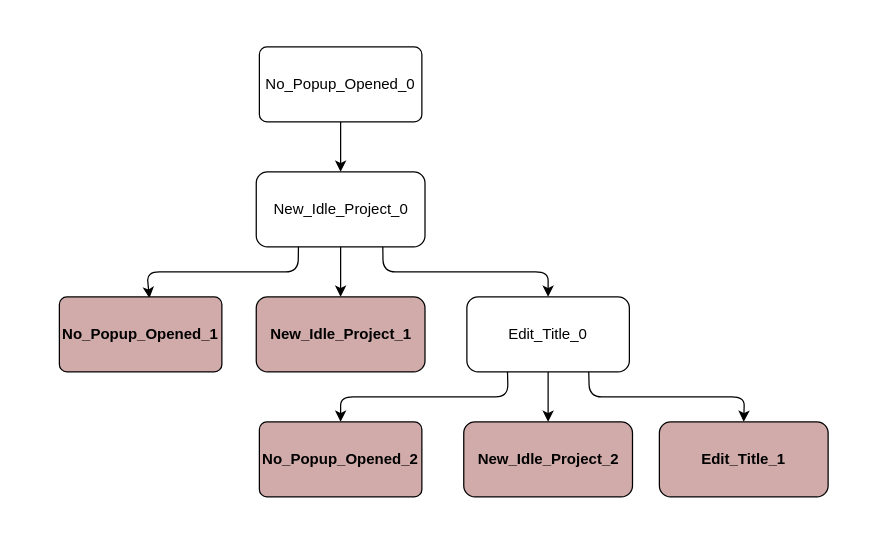
This is docs/04_assignment/schema/01_create_project/01_transition_tree.drawio from Jumaruba/jtimesched, a draw.io file, before an edit. Source tidied: cells renumbered, new cells numbered last; positions are measured from the earlier drawing's top-left corner, leaving out a move shared by most shapes. Both pictures are drawn from the tidied source at 125%, with x=0, y=0 at pixel (21, 21).
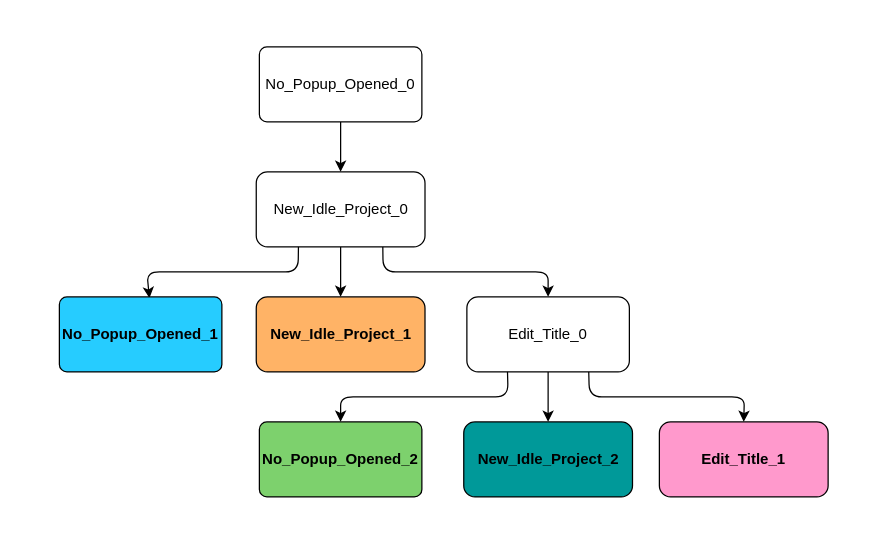
The same page after the edit.

Change to the diagram source:
```diff
@@
-    <mxCell id="9" value="No_Popup_Opened_2" style="rounded=1;whiteSpace=wrap;html=1;arcSize=10;fillColor=#D1ABA9;fontStyle=1;fontColor=#000000;strokeColor=#000000;" parent="1" vertex="1">
+    <mxCell id="9" value="No_Popup_Opened_2" style="rounded=1;whiteSpace=wrap;html=1;arcSize=10;fillColor=#7DD16D;fontStyle=1;fontColor=#000000;strokeColor=#000000;" parent="1" vertex="1">
       <mxGeometry x="190" y="320" width="130" height="60" as="geometry" />
     </mxCell>
-    <mxCell id="10" value="&lt;b&gt;&lt;font&gt;No_Popup_Opened_1&lt;/font&gt;&lt;/b&gt;" style="rounded=1;whiteSpace=wrap;html=1;arcSize=10;fillColor=#D1ABA9;fontColor=#000000;strokeColor=#000000;" parent="1" vertex="1">
+    <mxCell id="10" value="&lt;b&gt;&lt;font color=&quot;#000000&quot;&gt;No_Popup_Opened_1&lt;/font&gt;&lt;/b&gt;" style="rounded=1;whiteSpace=wrap;html=1;arcSize=10;fillColor=#26CCFF;fontColor=#ffffff;strokeColor=#000000;" parent="1" vertex="1">
       <mxGeometry x="30" y="220" width="130" height="60" as="geometry" />
     </mxCell>
-    <mxCell id="11" value="New_Idle_Project_1" style="rounded=1;whiteSpace=wrap;html=1;fillColor=#D1ABA9;fontStyle=1;fontColor=#000000;strokeColor=#000000;" parent="1" vertex="1">
+    <mxCell id="11" value="&lt;font color=&quot;#000000&quot;&gt;New_Idle_Project_1&lt;/font&gt;" style="rounded=1;whiteSpace=wrap;html=1;fillColor=#FFB366;fontStyle=1;strokeColor=#000000;" parent="1" vertex="1">
       <mxGeometry x="187.5" y="220" width="135" height="60" as="geometry" />
     </mxCell>
@@
-    <mxCell id="16" value="New_Idle_Project_2" style="rounded=1;whiteSpace=wrap;html=1;fillColor=#D1ABA9;fontStyle=1;fontColor=#000000;strokeColor=#000000;" parent="1" vertex="1">
+    <mxCell id="16" value="New_Idle_Project_2" style="rounded=1;whiteSpace=wrap;html=1;fillColor=#009999;fontStyle=1;fontColor=#000000;strokeColor=#000000;" parent="1" vertex="1">
       <mxGeometry x="353.5" y="320" width="135" height="60" as="geometry" />
     </mxCell>
-    <mxCell id="17" value="Edit_Title_1" style="rounded=1;whiteSpace=wrap;html=1;fillColor=#D1ABA9;fontStyle=1;fontColor=#000000;strokeColor=#000000;" parent="1" vertex="1">
+    <mxCell id="17" value="Edit_Title_1" style="rounded=1;whiteSpace=wrap;html=1;fillColor=#FF99CC;fontStyle=1;fontColor=#000000;strokeColor=#000000;" parent="1" vertex="1">
       <mxGeometry x="510" y="320" width="135" height="60" as="geometry" />
     </mxCell>
```
